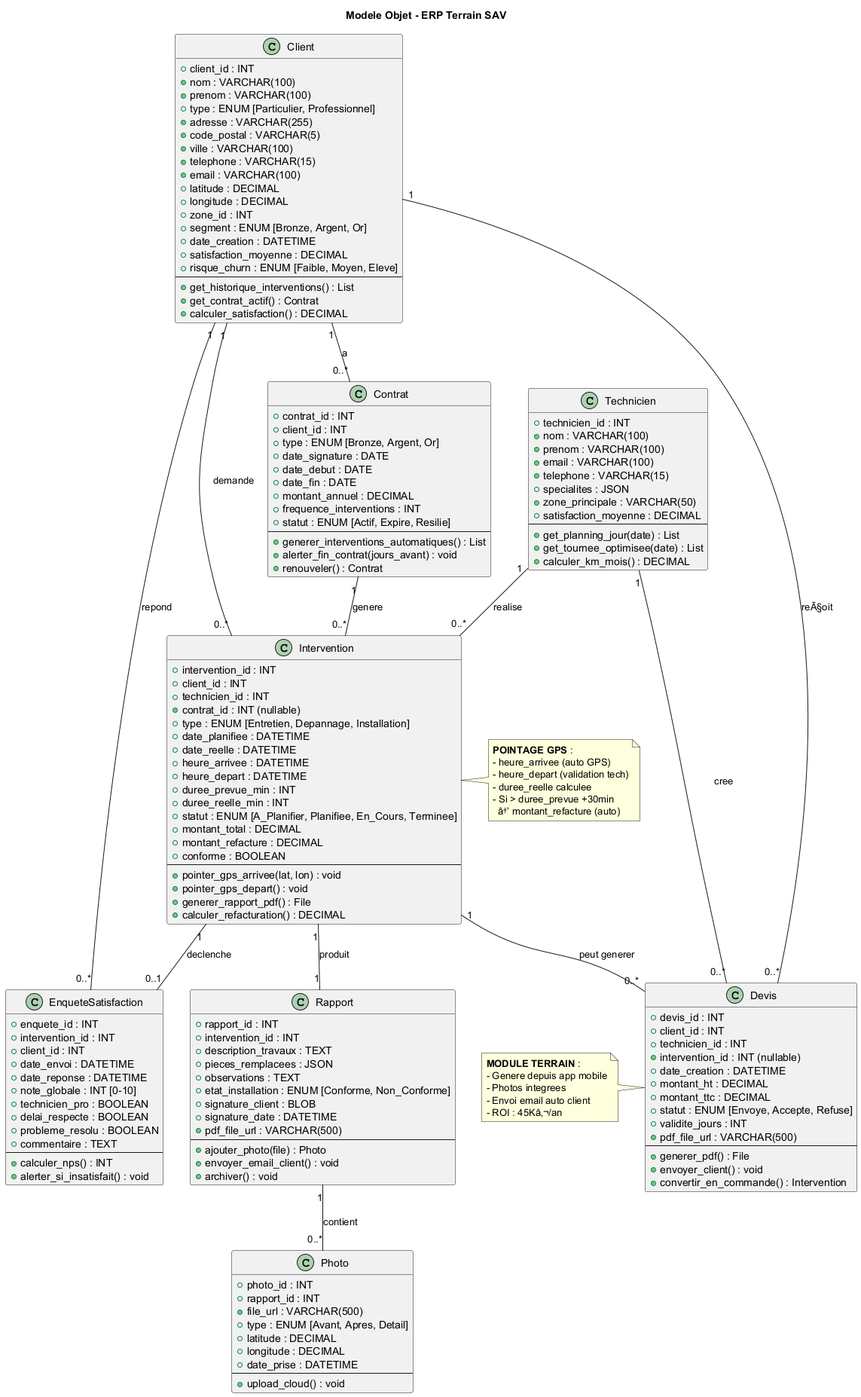
JordanSerafini/Audit_Duret keeps this PlantUML diagram as Maintenance-Technique/uml/Class_Modele_Objet.png. Above is the earlier version.
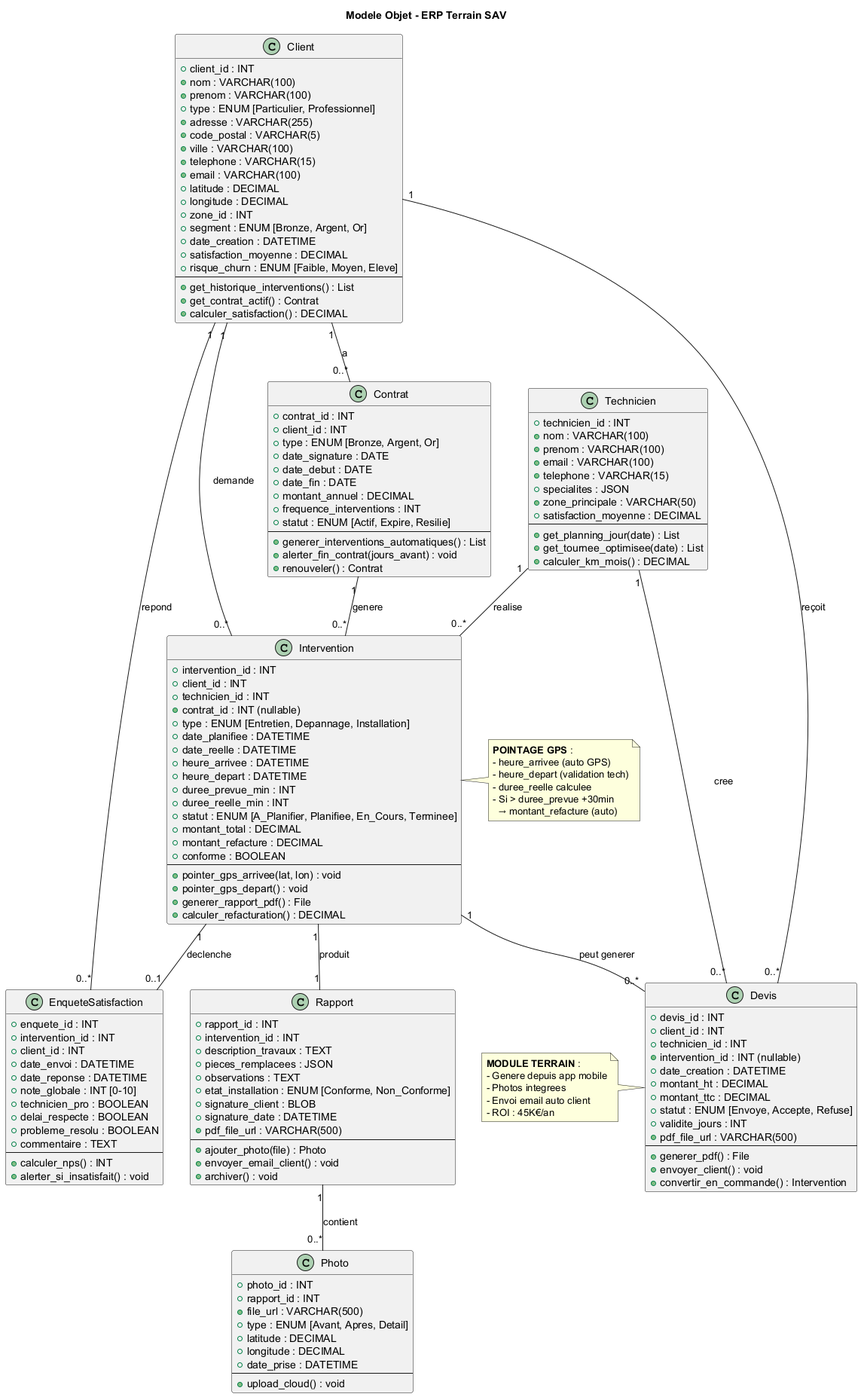
Above is the later version.

Change to the diagram source:
```diff
@@ -142,7 +142,7 @@
 
 Client "1" -- "0..*" Contrat : a
 Client "1" -- "0..*" Intervention : demande
-Client "1" -- "0..*" Devis : reÃ§oit
+Client "1" -- "0..*" Devis : reçoit
 Client "1" -- "0..*" EnqueteSatisfaction : repond
 
 Contrat "1" -- "0..*" Intervention : genere
@@ -162,7 +162,7 @@
   - heure_depart (validation tech)
   - duree_reelle calculee
   - Si > duree_prevue +30min
-    â†’ montant_refacture (auto)
+    → montant_refacture (auto)
 end note
 
 note left of Devis
@@ -170,7 +170,7 @@
   - Genere depuis app mobile
   - Photos integrees
   - Envoi email auto client
-  - ROI : 45Kâ‚¬/an
+  - ROI : 45K€/an
 end note
 
 @enduml
```
